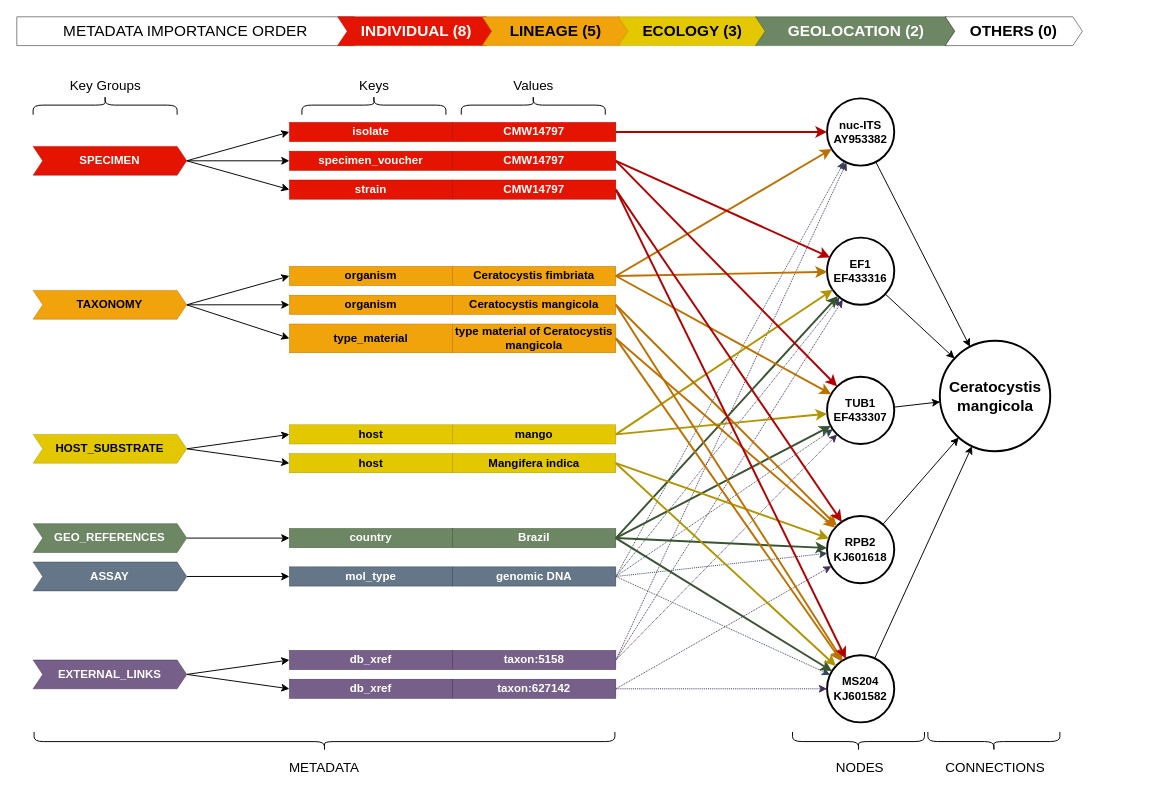
Above: docs/drawio/connection-information-diagram-Cermangicola.drawio in LepistaBioinformatics/gene-connector-cli (draw.io), before the change. Source tidied: cells renumbered, new cells numbered last; positions are measured from the earlier drawing's top-left corner, leaving out a move shared by most shapes. Both pictures are drawn from the tidied source at 96%, with x=0, y=0 at pixel (16, 16).
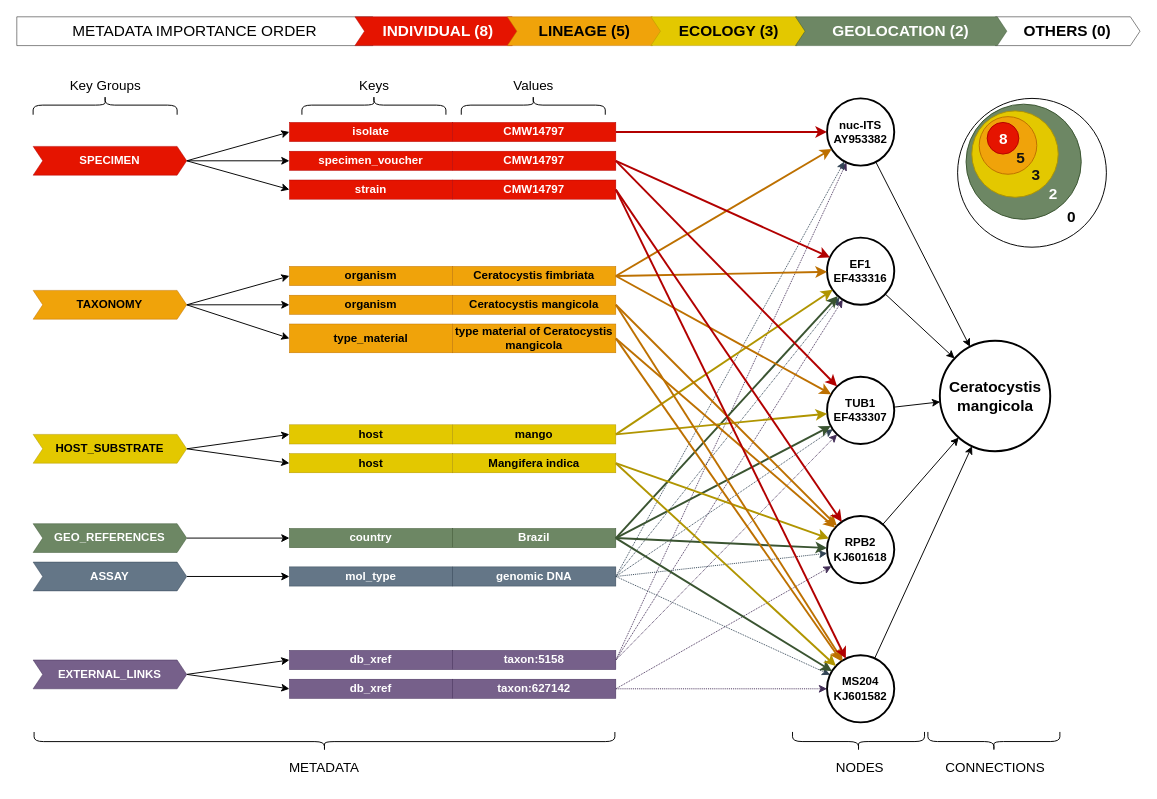
The same page after the edit.

Commit message (it also covers changes not shown here):
docs: upgrade the gcon information diagram to include a subchart indicating with colors the information importante along metadata

main

The edit, as a diff of the source:
```diff
@@
     <mxCell id="97" style="group;" parent="1" vertex="1">
-      <mxGeometry width="1110" height="30" as="geometry" />
+      <mxGeometry width="1170" height="30" as="geometry" />
     </mxCell>
+    <mxCell id="103" value="&lt;font style=&quot;font-size: 16px;&quot;&gt;OTHERS (0)&lt;/font&gt;" style="shape=step;perimeter=stepPerimeter;whiteSpace=wrap;html=1;fixedSize=1;size=10;strokeWidth=0.5;fillStyle=solid;fontStyle=1;" parent="97" vertex="1">
+      <mxGeometry x="1019.4" width="150.6" height="30" as="geometry" />
+    </mxCell>
     <mxCell id="98" value="&lt;span style=&quot;font-size: 16px; font-weight: 400;&quot;&gt;METADATA IMPORTANCE ORDER&lt;/span&gt;" style="shape=step;perimeter=stepPerimeter;whiteSpace=wrap;html=1;fixedSize=1;size=0;strokeWidth=0.5;fillStyle=solid;fontStyle=1;" parent="97" vertex="1">
-      <mxGeometry width="351.8" height="30" as="geometry" />
+      <mxGeometry width="370.8" height="30" as="geometry" />
     </mxCell>
     <mxCell id="99" value="&lt;font style=&quot;font-size: 16px;&quot;&gt;INDIVIDUAL (8)&lt;/font&gt;" style="shape=step;perimeter=stepPerimeter;whiteSpace=wrap;html=1;fixedSize=1;size=10;strokeWidth=0.5;fillStyle=solid;fillColor=#e51400;fontColor=#ffffff;fontStyle=1;strokeColor=#B20000;" parent="97" vertex="1">
-      <mxGeometry x="334.2" width="164.9" height="30" as="geometry" />
+      <mxGeometry x="352.2" width="173.8" height="30" as="geometry" />
     </mxCell>
     <mxCell id="100" value="&lt;font style=&quot;font-size: 16px;&quot;&gt;LINEAGE (5)&lt;/font&gt;" style="shape=step;perimeter=stepPerimeter;whiteSpace=wrap;html=1;fixedSize=1;size=10;strokeWidth=0.5;fillStyle=solid;fillColor=#f0a30a;fontColor=#000000;fontStyle=1;strokeColor=#BD7000;" parent="97" vertex="1">
-      <mxGeometry x="484.8" width="152.8" height="30" as="geometry" />
+      <mxGeometry x="511" width="161.1" height="30" as="geometry" />
     </mxCell>
     <mxCell id="101" value="&lt;font style=&quot;font-size: 16px;&quot;&gt;ECOLOGY (3)&lt;/font&gt;" style="shape=step;perimeter=stepPerimeter;whiteSpace=wrap;html=1;fixedSize=1;size=10;strokeWidth=0.5;fillStyle=solid;fillColor=#e3c800;fontColor=#000000;fontStyle=1;strokeColor=#B09500;" parent="97" vertex="1">
-      <mxGeometry x="626.6" width="153.9" height="30" as="geometry" />
+      <mxGeometry x="660.5" width="162.2" height="30" as="geometry" />
     </mxCell>
     <mxCell id="102" value="&lt;font style=&quot;font-size: 16px;&quot;&gt;GEOLOCATION (2)&lt;/font&gt;" style="shape=step;perimeter=stepPerimeter;whiteSpace=wrap;html=1;fixedSize=1;size=10;strokeWidth=0.5;fillStyle=solid;fillColor=#6d8764;fontColor=#ffffff;fontStyle=1;strokeColor=#3A5431;" parent="97" vertex="1">
-      <mxGeometry x="769.5" width="208.9" height="30" as="geometry" />
+      <mxGeometry x="811.1" width="220.2" height="30" as="geometry" />
     </mxCell>
-    <mxCell id="103" value="&lt;font style=&quot;font-size: 16px;&quot;&gt;OTHERS (0)&lt;/font&gt;" style="shape=step;perimeter=stepPerimeter;whiteSpace=wrap;html=1;fixedSize=1;size=10;strokeWidth=0.5;fillStyle=solid;fontStyle=1;" parent="97" vertex="1">
-      <mxGeometry x="967.1" width="142.9" height="30" as="geometry" />
-    </mxCell>
+    <mxCell id="104" style="ellipse;whiteSpace=wrap;html=1;fillColor=#FFFFFF;" parent="1" vertex="1">
+      <mxGeometry x="980" y="85" width="155" height="155" as="geometry" />
+    </mxCell>
+    <mxCell id="105" style="ellipse;whiteSpace=wrap;html=1;fillColor=#6d8764;fontColor=#ffffff;strokeColor=#3A5431;" parent="1" vertex="1">
+      <mxGeometry x="988.8" y="91" width="120" height="120" as="geometry" />
+    </mxCell>
+    <mxCell id="106" style="ellipse;whiteSpace=wrap;html=1;fillColor=#e3c800;fontColor=#000000;strokeColor=#B09500;" parent="1" vertex="1">
+      <mxGeometry x="994.8" y="98" width="90" height="90" as="geometry" />
+    </mxCell>
+    <mxCell id="107" style="ellipse;whiteSpace=wrap;html=1;fillColor=#f0a30a;fontColor=#000000;strokeColor=#BD7000;" parent="1" vertex="1">
+      <mxGeometry x="1002.5" y="104" width="60" height="60" as="geometry" />
+    </mxCell>
+    <mxCell id="108" style="ellipse;whiteSpace=wrap;html=1;fillColor=#e51400;fontColor=#ffffff;strokeColor=#B20000;" parent="1" vertex="1">
+      <mxGeometry x="1010.8" y="110" width="33" height="33" as="geometry" />
+    </mxCell>
+    <mxCell id="109" value="&lt;b&gt;&lt;font style=&quot;font-size: 16px;&quot;&gt;8&lt;/font&gt;&lt;/b&gt;" style="text;html=1;strokeColor=none;fillColor=none;align=center;verticalAlign=middle;whiteSpace=wrap;rounded=0;fontColor=#FFFFFF;" parent="1" vertex="1">
+      <mxGeometry x="1015.5" y="111.5" width="23.5" height="30" as="geometry" />
+    </mxCell>
+    <mxCell id="110" value="&lt;b&gt;&lt;font color=&quot;#121212&quot; style=&quot;font-size: 16px;&quot;&gt;5&lt;/font&gt;&lt;/b&gt;" style="text;html=1;strokeColor=none;fillColor=none;align=center;verticalAlign=middle;whiteSpace=wrap;rounded=0;" parent="1" vertex="1">
+      <mxGeometry x="1034" y="132" width="23.5" height="30" as="geometry" />
+    </mxCell>
+    <mxCell id="111" value="&lt;b&gt;&lt;font color=&quot;#121212&quot; style=&quot;font-size: 16px;&quot;&gt;3&lt;/font&gt;&lt;/b&gt;" style="text;html=1;strokeColor=none;fillColor=none;align=center;verticalAlign=middle;whiteSpace=wrap;rounded=0;" parent="1" vertex="1">
+      <mxGeometry x="1049.8" y="150" width="23.5" height="30" as="geometry" />
+    </mxCell>
+    <mxCell id="112" value="&lt;b&gt;&lt;font style=&quot;font-size: 16px;&quot;&gt;2&lt;/font&gt;&lt;/b&gt;" style="text;html=1;strokeColor=none;fillColor=none;align=center;verticalAlign=middle;whiteSpace=wrap;rounded=0;fontColor=#FFFFFF;" parent="1" vertex="1">
+      <mxGeometry x="1068.2" y="169" width="23.5" height="30" as="geometry" />
+    </mxCell>
+    <mxCell id="113" value="&lt;b&gt;&lt;font style=&quot;font-size: 16px;&quot;&gt;0&lt;/font&gt;&lt;/b&gt;" style="text;html=1;strokeColor=none;fillColor=none;align=center;verticalAlign=middle;whiteSpace=wrap;rounded=0;fontColor=#050505;" parent="1" vertex="1">
+      <mxGeometry x="1087" y="193" width="23.5" height="30" as="geometry" />
+    </mxCell>
```
